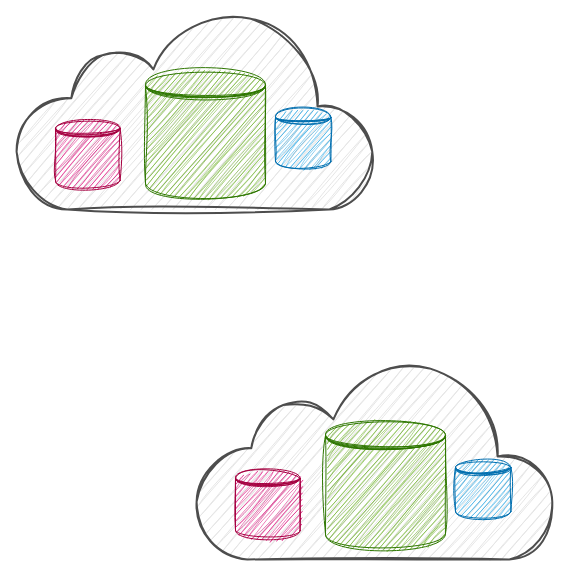
Above: page "nuage" (1 of 4) of cours/diagrams.drawio in tvmbl/BUT-SD-R6.01 (draw.io), before the change. Source tidied: cells renumbered, new cells numbered last; positions are measured from the earlier drawing's top-left corner, leaving out a move shared by most shapes. Both pictures are drawn from the tidied source at 100%, with x=0, y=0 at pixel (15, 9).
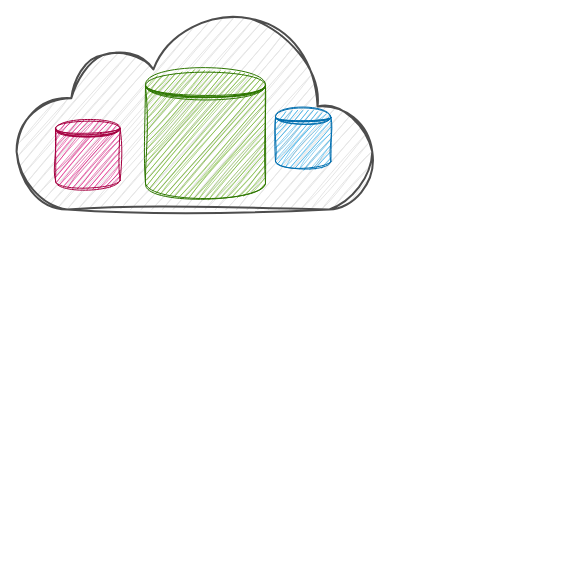
Above is the later version.

Diff of the diagram source:
```diff
@@
 <mxGraphModel>
   <root>
     <mxCell id="0" />
     <mxCell id="1" parent="0" />
     <mxCell id="2" style="html=1;verticalLabelPosition=bottom;align=center;labelBackgroundColor=#ffffff;verticalAlign=top;strokeWidth=2;strokeColor=#4D4D4D;shadow=0;dashed=0;shape=mxgraph.ios7.icons.cloud;sketch=1;curveFitting=1;jiggle=2;fillColor=#E6E6E6;" parent="1" vertex="1">
       <mxGeometry width="360" height="200" as="geometry" />
     </mxCell>
     <mxCell id="3" style="shape=datastore;whiteSpace=wrap;html=1;fillColor=#d80073;strokeColor=#A50040;sketch=1;curveFitting=1;jiggle=2;fontColor=#ffffff;" parent="1" vertex="1">
       <mxGeometry x="40" y="110" width="64.6" height="70" as="geometry" />
     </mxCell>
     <mxCell id="4" style="shape=datastore;whiteSpace=wrap;html=1;fillColor=#60a917;strokeColor=#2D7600;sketch=1;curveFitting=1;jiggle=2;fontColor=#ffffff;" parent="1" vertex="1">
       <mxGeometry x="130" y="60" width="120" height="130" as="geometry" />
     </mxCell>
     <mxCell id="5" style="shape=datastore;whiteSpace=wrap;html=1;fillColor=#1ba1e2;strokeColor=#006EAF;sketch=1;curveFitting=1;jiggle=2;fontColor=#ffffff;" parent="1" vertex="1">
       <mxGeometry x="260" y="100" width="55.4" height="60" as="geometry" />
     </mxCell>
-    <mxCell id="6" style="html=1;verticalLabelPosition=bottom;align=center;labelBackgroundColor=#ffffff;verticalAlign=top;strokeWidth=2;strokeColor=#4D4D4D;shadow=0;dashed=0;shape=mxgraph.ios7.icons.cloud;sketch=1;curveFitting=1;jiggle=2;fillColor=#E6E6E6;" parent="1" vertex="1">
-      <mxGeometry x="180" y="350" width="360" height="200" as="geometry" />
-    </mxCell>
-    <mxCell id="7" style="shape=datastore;whiteSpace=wrap;html=1;fillColor=#d80073;strokeColor=#A50040;sketch=1;curveFitting=1;jiggle=2;fontColor=#ffffff;" parent="1" vertex="1">
-      <mxGeometry x="220" y="460" width="64.6" height="70" as="geometry" />
-    </mxCell>
-    <mxCell id="8" style="group;" parent="1" vertex="1">
-      <mxGeometry x="310" y="410" width="185.4" height="130" as="geometry" />
-    </mxCell>
-    <mxCell id="9" style="shape=datastore;whiteSpace=wrap;html=1;fillColor=#60a917;strokeColor=#2D7600;sketch=1;curveFitting=1;jiggle=2;fontColor=#ffffff;" parent="8" vertex="1">
-      <mxGeometry width="120" height="130" as="geometry" />
-    </mxCell>
-    <mxCell id="10" style="shape=datastore;whiteSpace=wrap;html=1;fillColor=#1ba1e2;strokeColor=#006EAF;sketch=1;curveFitting=1;jiggle=2;fontColor=#ffffff;" parent="8" vertex="1">
-      <mxGeometry x="130" y="40" width="55.4" height="60" as="geometry" />
-    </mxCell>
   </root>
 </mxGraphModel>
```
